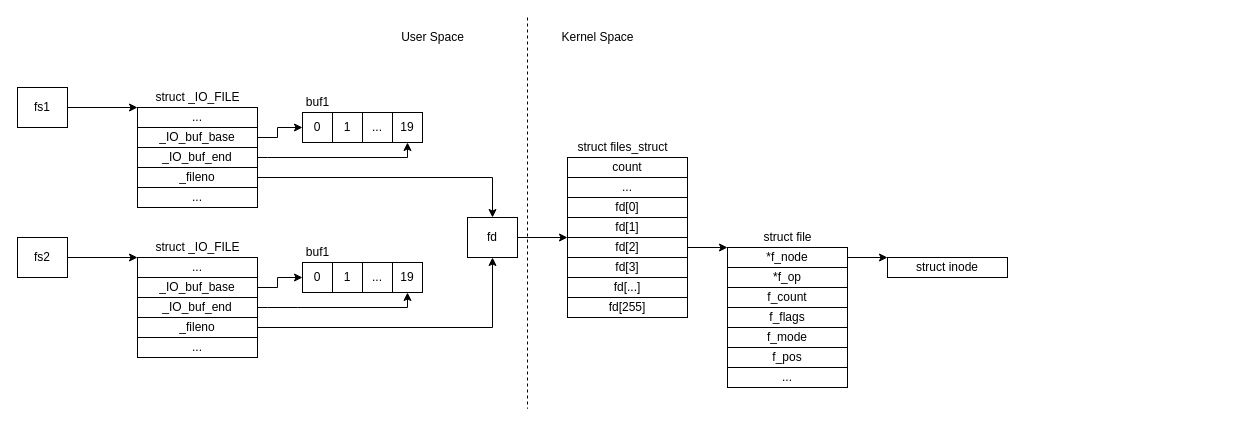
The draw.io diagram sixthTerm/open-fopen/docs/diagrams/prog1.drawio in kalashkovpaul/bmstu-os, before the edit. Source tidied: cells renumbered, new cells numbered last; positions are measured from the earlier drawing's top-left corner, leaving out a move shared by most shapes. Both pictures are drawn from the tidied source at 100%, with x=0, y=0 at pixel (17, 17).
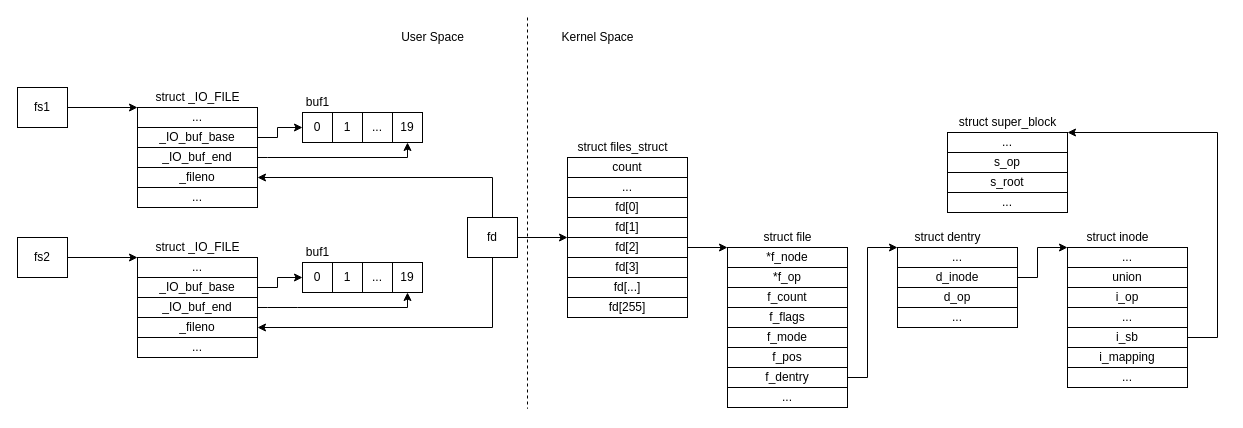
Above is the later version.

The change refers to these unchanged cells:
```xml
<mxCell id="12" value="_fileno" style="whiteSpace=wrap;html=1;" parent="1" vertex="1">
  <mxGeometry x="120" y="150" width="120" height="20" as="geometry" />
</mxCell>
<mxCell id="21" value="_fileno" style="whiteSpace=wrap;html=1;" parent="1" vertex="1">
  <mxGeometry x="120" y="300" width="120" height="20" as="geometry" />
</mxCell>
<mxCell id="35" value="fd" style="whiteSpace=wrap;html=1;" parent="1" vertex="1">
  <mxGeometry x="450" y="200" width="50" height="40" as="geometry" />
</mxCell>
<mxCell id="46" value="*f_node" style="whiteSpace=wrap;html=1;" parent="1" vertex="1">
  <mxGeometry x="710" y="230" width="120" height="20" as="geometry" />
</mxCell>
```

The edit, as a diff of the source:
```diff
@@
-    <mxCell id="11" style="edgeStyle=none;rounded=0;html=1;exitX=1;exitY=0.5;exitDx=0;exitDy=0;entryX=0.5;entryY=0;entryDx=0;entryDy=0;" parent="1" edge="1" source="12" target="35">
+    <mxCell id="11" style="edgeStyle=none;rounded=0;html=1;exitX=1;exitY=0.5;exitDx=0;exitDy=0;entryX=0.5;entryY=0;entryDx=0;entryDy=0;endArrow=none;endFill=0;startArrow=classic;startFill=1;" parent="1" edge="1" source="12" target="35">
       <mxGeometry relative="1" as="geometry">
         <Array as="points">
           <mxPoint x="475" y="160" />
         </Array>
       </mxGeometry>
     </mxCell>
@@
-    <mxCell id="20" style="edgeStyle=none;rounded=0;html=1;exitX=1;exitY=0.5;exitDx=0;exitDy=0;entryX=0.5;entryY=1;entryDx=0;entryDy=0;" parent="1" edge="1" source="21" target="35">
+    <mxCell id="20" style="edgeStyle=none;rounded=0;html=1;exitX=1;exitY=0.5;exitDx=0;exitDy=0;entryX=0.5;entryY=1;entryDx=0;entryDy=0;startArrow=classic;startFill=1;endArrow=none;endFill=0;" parent="1" edge="1" source="21" target="35">
       <mxGeometry relative="1" as="geometry">
         <Array as="points">
           <mxPoint x="475" y="310" />
         </Array>
       </mxGeometry>
     </mxCell>
@@
-    <mxCell id="45" style="edgeStyle=none;rounded=0;html=1;exitX=1;exitY=0.5;exitDx=0;exitDy=0;entryX=0;entryY=0;entryDx=0;entryDy=0;" parent="1" edge="1" source="46" target="53">
-      <mxGeometry relative="1" as="geometry" />
-    </mxCell>
@@
+    <mxCell id="59" style="edgeStyle=none;rounded=0;html=1;exitX=1;exitY=0.5;exitDx=0;exitDy=0;entryX=0;entryY=0;entryDx=0;entryDy=0;endArrow=classic;endFill=1;" parent="1" edge="1" source="52" target="61">
+      <mxGeometry relative="1" as="geometry">
+        <Array as="points">
+          <mxPoint x="850" y="360" />
+          <mxPoint x="850" y="230" />
+        </Array>
+      </mxGeometry>
+    </mxCell>
-    <mxCell id="52" value="..." style="whiteSpace=wrap;html=1;" parent="1" vertex="1">
+    <mxCell id="52" value="f_dentry" style="whiteSpace=wrap;html=1;" parent="1" vertex="1">
       <mxGeometry x="710" y="350" width="120" height="20" as="geometry" />
     </mxCell>
-    <mxCell id="53" value="struct inode" style="whiteSpace=wrap;html=1;" parent="1" vertex="1">
-      <mxGeometry x="870" y="240" width="120" height="20" as="geometry" />
+    <mxCell id="53" value="..." style="whiteSpace=wrap;html=1;" parent="1" vertex="1">
+      <mxGeometry x="1050" y="230" width="120" height="20" as="geometry" />
     </mxCell>
@@
+    <mxCell id="60" value="..." style="whiteSpace=wrap;html=1;" parent="1" vertex="1">
+      <mxGeometry x="710" y="370" width="120" height="20" as="geometry" />
+    </mxCell>
+    <mxCell id="61" value="..." style="whiteSpace=wrap;html=1;" parent="1" vertex="1">
+      <mxGeometry x="880" y="230" width="120" height="20" as="geometry" />
+    </mxCell>
+    <mxCell id="62" style="edgeStyle=none;rounded=0;html=1;exitX=1;exitY=0.5;exitDx=0;exitDy=0;entryX=0;entryY=0;entryDx=0;entryDy=0;endArrow=classic;endFill=1;" parent="1" edge="1" source="63" target="53">
+      <mxGeometry relative="1" as="geometry">
+        <Array as="points">
+          <mxPoint x="1020" y="260" />
+          <mxPoint x="1020" y="230" />
+        </Array>
+      </mxGeometry>
+    </mxCell>
+    <mxCell id="63" value="d_inode" style="whiteSpace=wrap;html=1;" parent="1" vertex="1">
+      <mxGeometry x="880" y="250" width="120" height="20" as="geometry" />
+    </mxCell>
+    <mxCell id="64" value="d_op" style="whiteSpace=wrap;html=1;" parent="1" vertex="1">
+      <mxGeometry x="880" y="270" width="120" height="20" as="geometry" />
+    </mxCell>
+    <mxCell id="65" value="struct dentry" style="text;html=1;align=center;verticalAlign=middle;fillColor=none;strokeColor=none;rounded=0;" parent="1" vertex="1">
+      <mxGeometry x="890" y="210" width="80" height="20" as="geometry" />
+    </mxCell>
+    <mxCell id="66" value="union" style="whiteSpace=wrap;html=1;" parent="1" vertex="1">
+      <mxGeometry x="1050" y="250" width="120" height="20" as="geometry" />
+    </mxCell>
+    <mxCell id="67" value="i_op" style="whiteSpace=wrap;html=1;" parent="1" vertex="1">
+      <mxGeometry x="1050" y="270" width="120" height="20" as="geometry" />
+    </mxCell>
+    <mxCell id="68" value="..." style="whiteSpace=wrap;html=1;" parent="1" vertex="1">
+      <mxGeometry x="1050" y="290" width="120" height="20" as="geometry" />
+    </mxCell>
+    <mxCell id="69" value="..." style="whiteSpace=wrap;html=1;" parent="1" vertex="1">
+      <mxGeometry x="880" y="290" width="120" height="20" as="geometry" />
+    </mxCell>
+    <mxCell id="70" style="edgeStyle=none;rounded=0;html=1;exitX=1;exitY=0.5;exitDx=0;exitDy=0;entryX=1;entryY=0;entryDx=0;entryDy=0;endArrow=classic;endFill=1;" parent="1" edge="1" source="71" target="75">
+      <mxGeometry relative="1" as="geometry">
+        <Array as="points">
+          <mxPoint x="1200" y="320" />
+          <mxPoint x="1200" y="115" />
+        </Array>
+      </mxGeometry>
+    </mxCell>
+    <mxCell id="71" value="i_sb" style="whiteSpace=wrap;html=1;" parent="1" vertex="1">
+      <mxGeometry x="1050" y="310" width="120" height="20" as="geometry" />
+    </mxCell>
+    <mxCell id="72" value="i_mapping" style="whiteSpace=wrap;html=1;" parent="1" vertex="1">
+      <mxGeometry x="1050" y="330" width="120" height="20" as="geometry" />
+    </mxCell>
+    <mxCell id="73" value="..." style="whiteSpace=wrap;html=1;" parent="1" vertex="1">
+      <mxGeometry x="1050" y="350" width="120" height="20" as="geometry" />
+    </mxCell>
+    <mxCell id="74" value="struct inode" style="text;html=1;align=center;verticalAlign=middle;fillColor=none;strokeColor=none;rounded=0;" parent="1" vertex="1">
+      <mxGeometry x="1060" y="210" width="80" height="20" as="geometry" />
+    </mxCell>
+    <mxCell id="75" value="..." style="whiteSpace=wrap;html=1;" parent="1" vertex="1">
+      <mxGeometry x="930" y="115" width="120" height="20" as="geometry" />
+    </mxCell>
+    <mxCell id="76" value="s_op" style="whiteSpace=wrap;html=1;" parent="1" vertex="1">
+      <mxGeometry x="930" y="135" width="120" height="20" as="geometry" />
+    </mxCell>
+    <mxCell id="77" value="s_root" style="whiteSpace=wrap;html=1;" parent="1" vertex="1">
+      <mxGeometry x="930" y="155" width="120" height="20" as="geometry" />
+    </mxCell>
+    <mxCell id="78" value="..." style="whiteSpace=wrap;html=1;" parent="1" vertex="1">
+      <mxGeometry x="930" y="175" width="120" height="20" as="geometry" />
+    </mxCell>
+    <mxCell id="79" value="struct super_block" style="text;html=1;align=center;verticalAlign=middle;fillColor=none;strokeColor=none;rounded=0;" parent="1" vertex="1">
+      <mxGeometry x="935" y="95" width="110" height="20" as="geometry" />
+    </mxCell>
```
